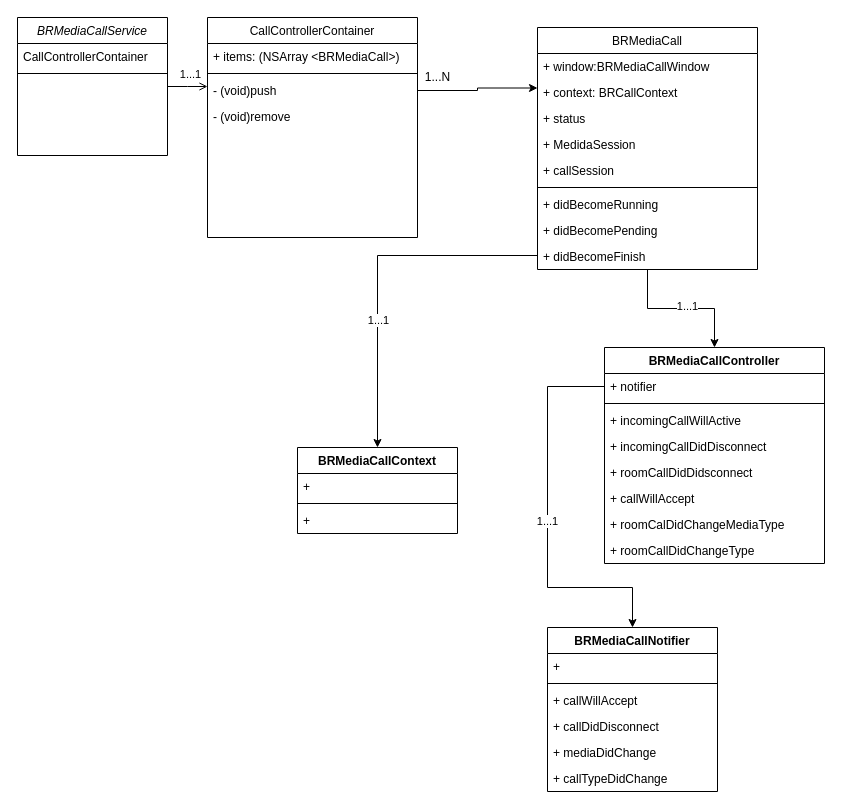
The draw.io diagram 多call类图.drawio in brookchenli/drawio, before the edit. Source tidied: cells renumbered, new cells numbered last; positions are measured from the earlier drawing's top-left corner, leaving out a move shared by most shapes. Both pictures are drawn from the tidied source at 100%, with x=0, y=0 at pixel (17, 17).
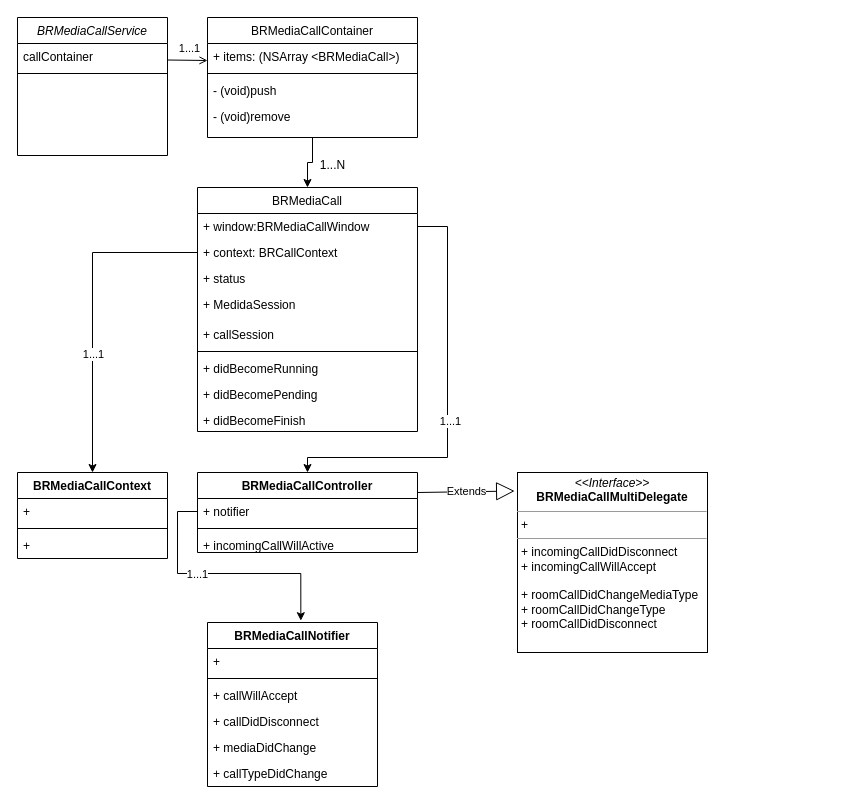
Above is the later version.

Commit message (it also covers changes not shown here):
更新多call类图.drawio

The change refers to these unchanged cells:
```xml
<mxCell id="2" value="BRMediaCallService" style="swimlane;fontStyle=2;align=center;verticalAlign=top;horizontal=1;startSize=26;rounded=0;shadow=0;strokeWidth=1;" parent="1" vertex="1">
  <mxGeometry width="150" height="138" as="geometry" />
</mxCell>
<mxCell id="10" value="- (void)push" style="text;align=left;verticalAlign=top;spacingLeft=4;spacingRight=4;overflow=hidden;points=[[0,0.5],[1,0.5]];portConstraint=eastwest;" parent="7" vertex="1">
  <mxGeometry y="60" width="210" height="26" as="geometry" />
</mxCell>
<mxCell id="17" value="+ window:BRMediaCallWindow" style="text;strokeColor=none;fillColor=none;align=left;verticalAlign=top;spacingLeft=4;spacingRight=4;overflow=hidden;points=[[0,0.5],[1,0.5]];portConstraint=eastwest;" parent="16" vertex="1">
  <mxGeometry y="26" width="220" height="26" as="geometry" />
</mxCell>
<mxCell id="18" value="+ context: BRCallContext" style="text;strokeColor=none;fillColor=none;align=left;verticalAlign=top;spacingLeft=4;spacingRight=4;overflow=hidden;points=[[0,0.5],[1,0.5]];portConstraint=eastwest;" parent="16" vertex="1">
  <mxGeometry y="52" width="220" height="26" as="geometry" />
</mxCell>
<mxCell id="28" value="+ notifier" style="text;strokeColor=none;fillColor=none;align=left;verticalAlign=top;spacingLeft=4;spacingRight=4;overflow=hidden;points=[[0,0.5],[1,0.5]];portConstraint=eastwest;" parent="27" vertex="1">
  <mxGeometry y="26" width="220" height="26" as="geometry" />
</mxCell>
```

Diff of the diagram source:
```diff
@@
-    <mxCell id="3" value="CallControllerContainer" style="text;align=left;verticalAlign=top;spacingLeft=4;spacingRight=4;overflow=hidden;points=[[0,0.5],[1,0.5]];portConstraint=eastwest;" parent="2" vertex="1">
+    <mxCell id="3" value="callContainer" style="text;align=left;verticalAlign=top;spacingLeft=4;spacingRight=4;overflow=hidden;points=[[0,0.5],[1,0.5]];portConstraint=eastwest;" parent="2" vertex="1">
       <mxGeometry y="26" width="150" height="26" as="geometry" />
     </mxCell>
@@
-    <mxCell id="5" style="edgeStyle=orthogonalEdgeStyle;rounded=0;jettySize=auto;html=1;exitX=0;exitY=0.5;exitDx=0;exitDy=0;entryX=0.5;entryY=0;entryDx=0;entryDy=0;" parent="1" edge="1" source="25" target="45">
+    <mxCell id="5" style="edgeStyle=orthogonalEdgeStyle;rounded=0;jettySize=auto;html=1;exitX=0;exitY=0.5;exitDx=0;exitDy=0;entryX=0.5;entryY=0;entryDx=0;entryDy=0;" parent="1" edge="1" source="18" target="45">
       <mxGeometry relative="1" as="geometry" />
     </mxCell>
@@
-    <mxCell id="7" value="CallControllerContainer" style="swimlane;fontStyle=0;align=center;verticalAlign=top;horizontal=1;startSize=26;rounded=0;shadow=0;strokeWidth=1;" parent="1" vertex="1">
-      <mxGeometry x="190" width="210" height="220" as="geometry" />
+    <mxCell id="7" value="BRMediaCallContainer" style="swimlane;fontStyle=0;align=center;verticalAlign=top;horizontal=1;startSize=26;rounded=0;shadow=0;strokeWidth=1;" parent="1" vertex="1">
+      <mxGeometry x="190" width="210" height="120" as="geometry" />
     </mxCell>
@@
-    <mxCell id="12" style="endArrow=open;shadow=0;strokeWidth=1;rounded=0;endFill=1;edgeStyle=elbowEdgeStyle;elbow=vertical;" parent="1" edge="1" source="2" target="7">
+    <mxCell id="12" style="endArrow=open;shadow=0;strokeWidth=1;rounded=0;endFill=1;edgeStyle=elbowEdgeStyle;elbow=vertical;exitX=0.998;exitY=0.635;exitDx=0;exitDy=0;exitPerimeter=0;" parent="1" edge="1" source="3" target="7">
       <mxGeometry x="0.5" y="41" relative="1" as="geometry">
         <mxPoint x="-40" y="32" as="offset" />
       </mxGeometry>
     </mxCell>
@@
-    <mxCell id="14" style="edgeStyle=orthogonalEdgeStyle;rounded=0;jettySize=auto;html=1;exitX=0.5;exitY=1;exitDx=0;exitDy=0;entryX=0.5;entryY=0;entryDx=0;entryDy=0;" parent="1" edge="1" source="16" target="27">
-      <mxGeometry relative="1" as="geometry" />
+    <mxCell id="14" style="edgeStyle=orthogonalEdgeStyle;rounded=0;jettySize=auto;html=1;exitX=1;exitY=0.5;exitDx=0;exitDy=0;entryX=0.5;entryY=0;entryDx=0;entryDy=0;" parent="1" edge="1" source="17" target="27">
+      <mxGeometry relative="1" as="geometry">
+        <Array as="points">
+          <mxPoint x="430" y="209" />
+          <mxPoint x="430" y="440" />
+          <mxPoint x="290" y="440" />
+        </Array>
+      </mxGeometry>
     </mxCell>
@@
     <mxCell id="16" value="BRMediaCall" style="swimlane;fontStyle=0;align=center;verticalAlign=top;horizontal=1;startSize=26;rounded=0;shadow=0;strokeWidth=1;" parent="1" vertex="1">
-      <mxGeometry x="520" y="10" width="220" height="242" as="geometry" />
+      <mxGeometry x="180" y="170" width="220" height="244" as="geometry" />
     </mxCell>
@@
     <mxCell id="20" value="+ MedidaSession" style="text;strokeColor=none;fillColor=none;align=left;verticalAlign=top;spacingLeft=4;spacingRight=4;overflow=hidden;" parent="16" vertex="1">
-      <mxGeometry y="104" width="220" height="26" as="geometry" />
+      <mxGeometry y="104" width="220" height="30" as="geometry" />
     </mxCell>
     <mxCell id="21" value="+ callSession" style="text;strokeColor=none;fillColor=none;align=left;verticalAlign=top;spacingLeft=4;spacingRight=4;overflow=hidden;" parent="16" vertex="1">
-      <mxGeometry y="130" width="220" height="26" as="geometry" />
+      <mxGeometry y="134" width="220" height="26" as="geometry" />
     </mxCell>
     <mxCell id="22" style="line;html=1;strokeWidth=1;align=left;verticalAlign=middle;spacingTop=-1;spacingLeft=3;spacingRight=3;labelPosition=right;" parent="16" vertex="1">
-      <mxGeometry y="156" width="220" height="8" as="geometry" />
+      <mxGeometry y="160" width="220" height="8" as="geometry" />
     </mxCell>
     <mxCell id="23" value="+ didBecomeRunning" style="text;strokeColor=none;fillColor=none;align=left;verticalAlign=top;spacingLeft=4;spacingRight=4;overflow=hidden;" parent="16" vertex="1">
-      <mxGeometry y="164" width="220" height="26" as="geometry" />
+      <mxGeometry y="168" width="220" height="26" as="geometry" />
     </mxCell>
     <mxCell id="24" value="+ didBecomePending" style="text;strokeColor=none;fillColor=none;align=left;verticalAlign=top;spacingLeft=4;spacingRight=4;overflow=hidden;" parent="16" vertex="1">
-      <mxGeometry y="190" width="220" height="26" as="geometry" />
+      <mxGeometry y="194" width="220" height="26" as="geometry" />
     </mxCell>
     <mxCell id="25" value="+ didBecomeFinish" style="text;strokeColor=none;fillColor=none;align=left;verticalAlign=top;spacingLeft=4;spacingRight=4;overflow=hidden;points=[[0,0.5],[1,0.5]];portConstraint=eastwest;" parent="16" vertex="1">
-      <mxGeometry y="216" width="220" height="24" as="geometry" />
+      <mxGeometry y="220" width="220" height="24" as="geometry" />
     </mxCell>
-    <mxCell id="26" style="edgeStyle=orthogonalEdgeStyle;rounded=0;jettySize=auto;html=1;entryX=0;entryY=0.25;entryDx=0;entryDy=0;" parent="1" edge="1" source="10" target="16">
+    <mxCell id="26" style="edgeStyle=orthogonalEdgeStyle;rounded=0;jettySize=auto;html=1;entryX=0.5;entryY=0;entryDx=0;entryDy=0;exitX=0.5;exitY=1;exitDx=0;exitDy=0;" parent="1" edge="1" source="7" target="16">
       <mxGeometry relative="1" as="geometry" />
     </mxCell>
+    <mxCell id="49" style="edgeStyle=orthogonalEdgeStyle;rounded=0;jettySize=auto;html=1;exitX=0;exitY=0.5;exitDx=0;exitDy=0;entryX=0.549;entryY=-0.011;entryDx=0;entryDy=0;entryPerimeter=0;" parent="1" edge="1" source="28" target="36">
+      <mxGeometry relative="1" as="geometry" />
+    </mxCell>
+    <mxCell id="43" value="1...1" style="edgeLabel;html=1;align=center;verticalAlign=middle;" parent="49" vertex="1">
+      <mxGeometry x="-0.2" relative="1" as="geometry" />
+    </mxCell>
     <mxCell id="27" value="BRMediaCallController" style="swimlane;fontStyle=1;align=center;verticalAlign=top;horizontal=1;startSize=26;" parent="1" vertex="1">
-      <mxGeometry x="587" y="330" width="220" height="216" as="geometry" />
+      <mxGeometry x="180" y="455" width="220" height="80" as="geometry" />
     </mxCell>
@@
     <mxCell id="30" value="+ incomingCallWillActive" style="text;strokeColor=none;fillColor=none;align=left;verticalAlign=top;spacingLeft=4;spacingRight=4;overflow=hidden;" parent="27" vertex="1">
-      <mxGeometry y="60" width="220" height="26" as="geometry" />
+      <mxGeometry y="60" width="220" height="20" as="geometry" />
     </mxCell>
-    <mxCell id="31" value="+ incomingCallDidDisconnect" style="text;strokeColor=none;fillColor=none;align=left;verticalAlign=top;spacingLeft=4;spacingRight=4;overflow=hidden;" parent="27" vertex="1">
-      <mxGeometry y="86" width="220" height="26" as="geometry" />
-    </mxCell>
-    <mxCell id="32" value="+ roomCallDidDidsconnect" style="text;strokeColor=none;fillColor=none;align=left;verticalAlign=top;spacingLeft=4;spacingRight=4;overflow=hidden;" parent="27" vertex="1">
-      <mxGeometry y="112" width="220" height="26" as="geometry" />
-    </mxCell>
-    <mxCell id="33" value="+ callWillAccept" style="text;strokeColor=none;fillColor=none;align=left;verticalAlign=top;spacingLeft=4;spacingRight=4;overflow=hidden;" parent="27" vertex="1">
-      <mxGeometry y="138" width="220" height="26" as="geometry" />
-    </mxCell>
-    <mxCell id="34" value="+ roomCalDidChangeMediaType" style="text;strokeColor=none;fillColor=none;align=left;verticalAlign=top;spacingLeft=4;spacingRight=4;overflow=hidden;" parent="27" vertex="1">
-      <mxGeometry y="164" width="220" height="26" as="geometry" />
-    </mxCell>
-    <mxCell id="35" value="+ roomCallDidChangeType" style="text;strokeColor=none;fillColor=none;align=left;verticalAlign=top;spacingLeft=4;spacingRight=4;overflow=hidden;" parent="27" vertex="1">
-      <mxGeometry y="190" width="220" height="26" as="geometry" />
-    </mxCell>
     <mxCell id="36" value="BRMediaCallNotifier" style="swimlane;fontStyle=1;align=center;verticalAlign=top;horizontal=1;startSize=26;" parent="1" vertex="1">
-      <mxGeometry x="530" y="610" width="170" height="164" as="geometry" />
+      <mxGeometry x="190" y="605" width="170" height="164" as="geometry" />
     </mxCell>
@@
-    <mxCell id="43" value="1...1" style="edgeStyle=orthogonalEdgeStyle;rounded=0;jettySize=auto;html=1;exitX=0;exitY=0.5;exitDx=0;exitDy=0;entryX=0.5;entryY=0;entryDx=0;entryDy=0;" parent="1" edge="1" source="28" target="36">
-      <mxGeometry relative="1" as="geometry">
-        <Array as="points">
-          <mxPoint x="530" y="369" />
-          <mxPoint x="530" y="570" />
-          <mxPoint x="615" y="570" />
-        </Array>
-      </mxGeometry>
-    </mxCell>
-    <mxCell id="44" value="1...N" style="text;html=1;align=center;verticalAlign=middle;strokeColor=none;fillColor=none;" parent="1" vertex="1">
-      <mxGeometry x="400" y="50" width="40" height="20" as="geometry" />
-    </mxCell>
     <mxCell id="45" value="BRMediaCallContext" style="swimlane;fontStyle=1;align=center;verticalAlign=top;horizontal=1;startSize=26;" parent="1" vertex="1">
-      <mxGeometry x="280" y="430" width="160" height="86" as="geometry" />
+      <mxGeometry y="455" width="150" height="86" as="geometry" />
     </mxCell>
     <mxCell id="46" value="+ " style="text;strokeColor=none;fillColor=none;align=left;verticalAlign=top;spacingLeft=4;spacingRight=4;overflow=hidden;" parent="45" vertex="1">
-      <mxGeometry y="26" width="160" height="26" as="geometry" />
+      <mxGeometry y="26" width="150" height="26" as="geometry" />
     </mxCell>
     <mxCell id="47" style="line;strokeWidth=1;fillColor=none;align=left;verticalAlign=middle;spacingTop=-1;spacingLeft=3;spacingRight=3;labelPosition=right;" parent="45" vertex="1">
-      <mxGeometry y="52" width="160" height="8" as="geometry" />
+      <mxGeometry y="52" width="150" height="8" as="geometry" />
     </mxCell>
     <mxCell id="48" value="+ " style="text;strokeColor=none;fillColor=none;align=left;verticalAlign=top;spacingLeft=4;spacingRight=4;overflow=hidden;" parent="45" vertex="1">
-      <mxGeometry y="60" width="160" height="26" as="geometry" />
+      <mxGeometry y="60" width="150" height="26" as="geometry" />
     </mxCell>
+    <mxCell id="50" value="&lt;p style=&quot;margin:0px;margin-top:4px;text-align:center;&quot;&gt;&lt;i&gt;&amp;lt;&amp;lt;Interface&amp;gt;&amp;gt;&lt;/i&gt;&lt;br&gt;&lt;b&gt;BRMediaCallMultiDelegate&lt;/b&gt;&lt;/p&gt;&lt;hr size=&quot;1&quot;&gt;&lt;p style=&quot;margin:0px;margin-left:4px;&quot;&gt;+&amp;nbsp;&lt;br&gt;&lt;/p&gt;&lt;hr size=&quot;1&quot;&gt;&lt;p style=&quot;margin:0px;margin-left:4px;&quot;&gt;+ incomingCallDidDisconnect&lt;br&gt;&lt;/p&gt;&lt;p style=&quot;margin:0px;margin-left:4px;&quot;&gt;+ incomingCallWillAccept&lt;/p&gt;&lt;p style=&quot;margin:0px;margin-left:4px;&quot;&gt;&lt;br&gt;&lt;/p&gt;&lt;p style=&quot;margin:0px;margin-left:4px;&quot;&gt;+ roomCallDidChangeMediaType&lt;/p&gt;&lt;p style=&quot;margin:0px;margin-left:4px;&quot;&gt;+ roomCallDidChangeType&lt;/p&gt;&lt;p style=&quot;margin:0px;margin-left:4px;&quot;&gt;+ roomCallDidDisconnect&lt;/p&gt;" style="verticalAlign=top;align=left;overflow=fill;fontSize=12;fontFamily=Helvetica;html=1;" parent="1" vertex="1">
+      <mxGeometry x="500" y="455" width="190" height="180" as="geometry" />
+    </mxCell>
+    <mxCell id="51" value="Extends" style="endArrow=block;endSize=16;endFill=0;html=1;rounded=0;exitX=1;exitY=0.25;exitDx=0;exitDy=0;entryX=-0.015;entryY=0.103;entryDx=0;entryDy=0;entryPerimeter=0;" parent="1" edge="1" source="27" target="50">
+      <mxGeometry relative="1" as="geometry" />
+    </mxCell>
+    <mxCell id="44" value="1...N" style="text;html=1;align=center;verticalAlign=middle;strokeColor=none;fillColor=none;" parent="1" vertex="1">
+      <mxGeometry x="210" y="138" width="210" height="20" as="geometry" />
+    </mxCell>
```
